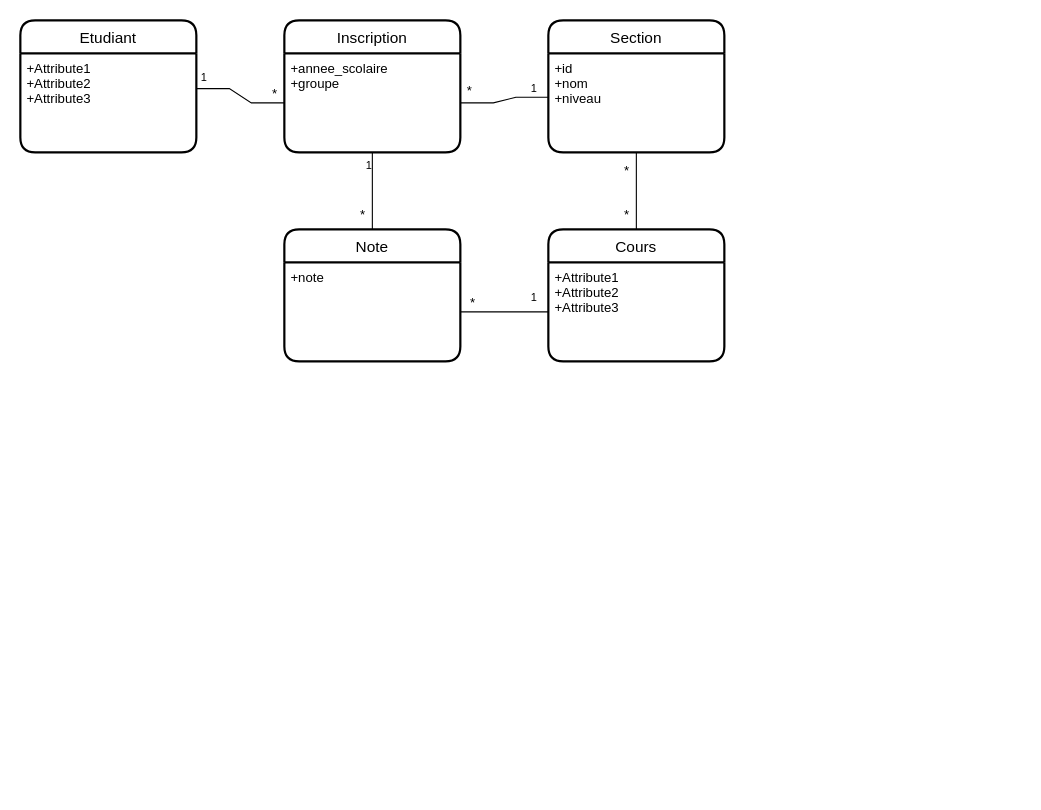
Above: DB_schema.drawio in maha3110/department-management (draw.io), before the change. Source tidied: cells renumbered, new cells numbered last; positions are measured from the earlier drawing's top-left corner, leaving out a move shared by most shapes. Both pictures are drawn from the tidied source at 110%, with x=0, y=0 at pixel (20, 20).
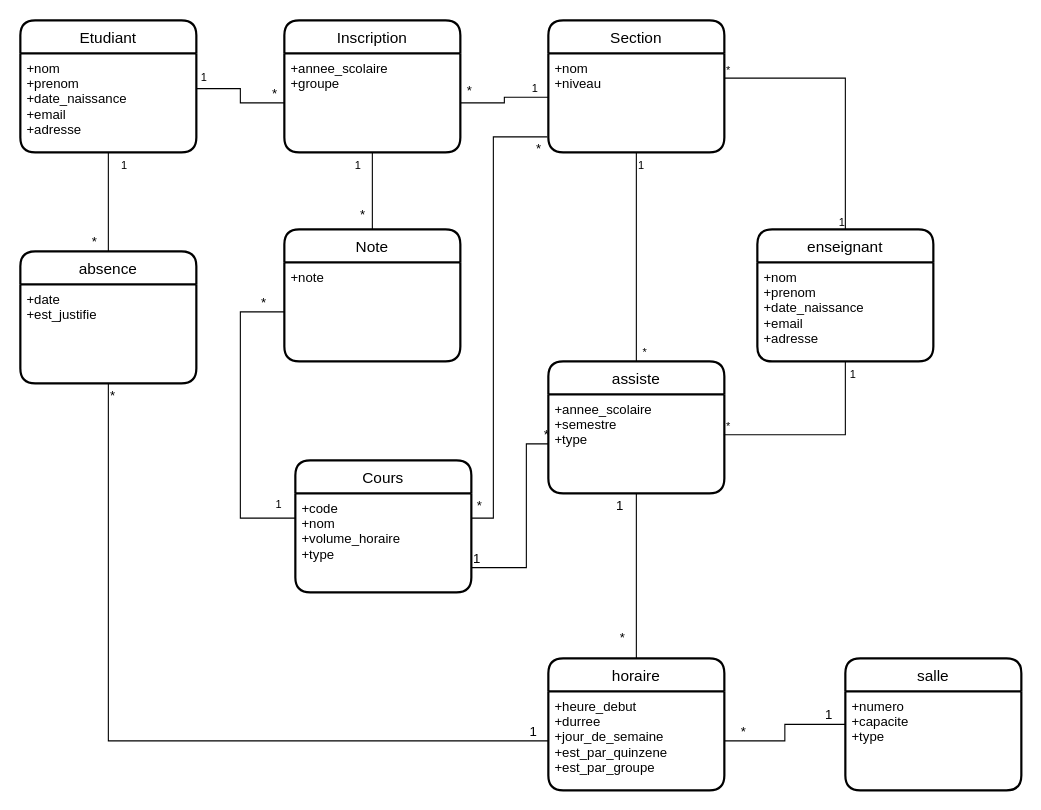
After the change.

Unchanged cells that the change refers to:
```xml
<mxCell id="2" value="Etudiant" style="swimlane;horizontal=1;startSize=30;rounded=1;fontSize=14;fontStyle=0;strokeWidth=2;shadow=0;dashed=0;align=center;" parent="1" vertex="1">
  <mxGeometry width="160" height="120" as="geometry" />
</mxCell>
<mxCell id="4" value="Section" style="swimlane;horizontal=1;startSize=30;rounded=1;fontSize=14;fontStyle=0;strokeWidth=2;shadow=0;dashed=0;align=center;" parent="1" vertex="1">
  <mxGeometry x="480" width="160" height="120" as="geometry" />
</mxCell>
<mxCell id="13" value="+annee_scolaire&#10;+groupe&#10;" style="align=left;strokeColor=none;fillColor=none;spacingLeft=4;fontSize=12;verticalAlign=top;" parent="12" vertex="1">
  <mxGeometry y="30" width="160" height="90" as="geometry" />
</mxCell>
<mxCell id="17" value="+note&#10;" style="align=left;strokeColor=none;fillColor=none;spacingLeft=4;fontSize=12;verticalAlign=top;" parent="16" vertex="1">
  <mxGeometry y="30" width="160" height="90" as="geometry" />
</mxCell>
```

What changed in the source:
```diff
@@
-    <mxCell id="3" value="+Attribute1&#10;+Attribute2&#10;+Attribute3" style="align=left;strokeColor=none;fillColor=none;spacingLeft=4;fontSize=12;verticalAlign=top;" parent="2" vertex="1">
+    <mxCell id="3" value="+nom&#10;+prenom&#10;+date_naissance&#10;+email&#10;+adresse" style="align=left;strokeColor=none;fillColor=none;spacingLeft=4;fontSize=12;verticalAlign=top;" parent="2" vertex="1">
       <mxGeometry y="30" width="160" height="90" as="geometry" />
     </mxCell>
@@
-    <mxCell id="5" value="+id&#10;+nom&#10;+niveau" style="align=left;strokeColor=none;fillColor=none;spacingLeft=4;fontSize=12;verticalAlign=top;" parent="4" vertex="1">
+    <mxCell id="5" value="+nom&#10;+niveau" style="align=left;strokeColor=none;fillColor=none;spacingLeft=4;fontSize=12;verticalAlign=top;" parent="4" vertex="1">
       <mxGeometry y="30" width="160" height="90" as="geometry" />
     </mxCell>
     <mxCell id="6" value="Cours" style="swimlane;horizontal=1;startSize=30;rounded=1;fontSize=14;fontStyle=0;strokeWidth=2;shadow=0;dashed=0;align=center;" parent="1" vertex="1">
-      <mxGeometry x="480" y="190" width="160" height="120" as="geometry" />
+      <mxGeometry x="250" y="400" width="160" height="120" as="geometry" />
     </mxCell>
-    <mxCell id="7" value="+Attribute1&#10;+Attribute2&#10;+Attribute3" style="align=left;strokeColor=none;fillColor=none;spacingLeft=4;fontSize=12;verticalAlign=top;" parent="6" vertex="1">
+    <mxCell id="7" value="+code&#10;+nom&#10;+volume_horaire&#10;+type" style="align=left;strokeColor=none;fillColor=none;spacingLeft=4;fontSize=12;verticalAlign=top;" parent="6" vertex="1">
       <mxGeometry y="30" width="160" height="90" as="geometry" />
     </mxCell>
-    <mxCell id="8" style="endArrow=none;html=1;rounded=0;entryX=1;entryY=0.356;entryDx=0;entryDy=0;entryPerimeter=0;edgeStyle=entityRelationEdgeStyle;exitX=0;exitY=0.5;exitDx=0;exitDy=0;" parent="1" edge="1" source="13" target="3">
+    <mxCell id="8" style="endArrow=none;html=1;rounded=0;entryX=1;entryY=0.356;entryDx=0;entryDy=0;entryPerimeter=0;edgeStyle=elbowEdgeStyle;exitX=0;exitY=0.5;exitDx=0;exitDy=0;" parent="1" edge="1" source="13" target="3">
       <mxGeometry relative="1" as="geometry" />
     </mxCell>
@@
-    <mxCell id="10" style="endArrow=none;html=1;rounded=0;entryX=0.003;entryY=0.444;entryDx=0;entryDy=0;entryPerimeter=0;exitX=1;exitY=0.5;exitDx=0;exitDy=0;edgeStyle=entityRelationEdgeStyle;" parent="1" edge="1" source="13" target="5">
+    <mxCell id="10" style="endArrow=none;html=1;rounded=0;entryX=0.003;entryY=0.444;entryDx=0;entryDy=0;entryPerimeter=0;exitX=1;exitY=0.5;exitDx=0;exitDy=0;edgeStyle=elbowEdgeStyle;" parent="1" edge="1" source="13" target="5">
       <mxGeometry relative="1" as="geometry" />
     </mxCell>
@@
-    <mxCell id="19" style="endArrow=none;html=1;rounded=0;fontSize=12;elbow=vertical;exitX=1;exitY=0.5;exitDx=0;exitDy=0;entryX=0;entryY=0.5;entryDx=0;entryDy=0;" parent="1" edge="1" source="17" target="7">
-      <mxGeometry relative="1" as="geometry" />
-    </mxCell>
-    <mxCell id="20" style="endArrow=none;html=1;rounded=0;fontSize=12;elbow=vertical;exitX=0.5;exitY=1;exitDx=0;exitDy=0;entryX=0.5;entryY=0;entryDx=0;entryDy=0;" parent="1" edge="1" source="5" target="6">
-      <mxGeometry relative="1" as="geometry" />
+    <mxCell id="20" style="endArrow=none;html=1;rounded=0;fontSize=12;exitX=-0.006;exitY=0.844;exitDx=0;exitDy=0;entryX=1;entryY=0.25;entryDx=0;entryDy=0;edgeStyle=elbowEdgeStyle;exitPerimeter=0;" parent="1" edge="1" source="5" target="7">
+      <mxGeometry relative="1" as="geometry">
+        <Array as="points">
+          <mxPoint x="430" y="280" />
+        </Array>
+      </mxGeometry>
     </mxCell>
     <mxCell id="21" value="&lt;font size=&quot;1&quot;&gt;1&lt;/font&gt;" style="html=1;align=right;verticalAlign=bottom;" parent="1" vertex="1">
-      <mxGeometry x="320" y="140" as="geometry" />
+      <mxGeometry x="310" y="140" as="geometry" />
     </mxCell>
-    <mxCell id="22" value="&lt;font size=&quot;1&quot;&gt;1&lt;/font&gt;" style="html=1;align=right;verticalAlign=bottom;" parent="1" vertex="1">
-      <mxGeometry x="470" y="260" as="geometry" />
+    <mxCell id="22" value="&lt;font style=&quot;font-size: 12px;&quot;&gt;*&lt;/font&gt;" style="html=1;align=right;verticalAlign=bottom;" parent="1" vertex="1">
+      <mxGeometry x="420" y="450" as="geometry" />
     </mxCell>
@@
     <mxCell id="24" value="&lt;font style=&quot;font-size: 12px;&quot;&gt;*&lt;/font&gt;" style="html=1;align=right;verticalAlign=bottom;" parent="1" vertex="1">
-      <mxGeometry x="410" y="260" as="geometry">
+      <mxGeometry x="220" y="260" as="geometry">
         <mxPoint x="4" y="5" as="offset" />
       </mxGeometry>
     </mxCell>
     <mxCell id="25" value="&lt;font style=&quot;font-size: 12px;&quot;&gt;*&lt;/font&gt;" style="html=1;align=right;verticalAlign=bottom;" parent="1" vertex="1">
-      <mxGeometry x="550" y="180" as="geometry">
+      <mxGeometry x="470" y="120" as="geometry">
         <mxPoint x="4" y="5" as="offset" />
       </mxGeometry>
     </mxCell>
-    <mxCell id="26" value="&lt;font style=&quot;font-size: 12px;&quot;&gt;*&lt;/font&gt;" style="html=1;align=right;verticalAlign=bottom;" parent="1" vertex="1">
-      <mxGeometry x="550" y="140" as="geometry">
-        <mxPoint x="4" y="5" as="offset" />
-      </mxGeometry>
-    </mxCell>
+    <mxCell id="27" value="salle" style="swimlane;horizontal=1;startSize=30;rounded=1;fontSize=14;fontStyle=0;strokeWidth=2;shadow=0;dashed=0;align=center;" parent="1" vertex="1">
+      <mxGeometry x="750" y="580" width="160" height="120" as="geometry" />
+    </mxCell>
+    <mxCell id="28" value="+numero&#10;+capacite&#10;+type" style="align=left;strokeColor=none;fillColor=none;spacingLeft=4;fontSize=12;verticalAlign=top;" parent="27" vertex="1">
+      <mxGeometry y="30" width="160" height="90" as="geometry" />
+    </mxCell>
+    <mxCell id="29" value="horaire" style="swimlane;horizontal=1;startSize=30;rounded=1;fontSize=14;fontStyle=0;strokeWidth=2;shadow=0;dashed=0;align=center;" parent="1" vertex="1">
+      <mxGeometry x="480" y="580" width="160" height="120" as="geometry" />
+    </mxCell>
+    <mxCell id="30" value="+heure_debut&#10;+durree&#10;+jour_de_semaine&#10;+est_par_quinzene&#10;+est_par_groupe" style="align=left;strokeColor=none;fillColor=none;spacingLeft=4;fontSize=12;verticalAlign=top;" parent="29" vertex="1">
+      <mxGeometry y="30" width="160" height="90" as="geometry" />
+    </mxCell>
+    <mxCell id="31" value="absence" style="swimlane;horizontal=1;startSize=30;rounded=1;fontSize=14;fontStyle=0;strokeWidth=2;shadow=0;dashed=0;align=center;" parent="1" vertex="1">
+      <mxGeometry y="210" width="160" height="120" as="geometry" />
+    </mxCell>
+    <mxCell id="32" value="+date&#10;+est_justifie" style="align=left;strokeColor=none;fillColor=none;spacingLeft=4;fontSize=12;verticalAlign=top;" parent="31" vertex="1">
+      <mxGeometry y="30" width="160" height="90" as="geometry" />
+    </mxCell>
+    <mxCell id="19" style="endArrow=none;html=1;rounded=0;fontSize=12;exitX=0;exitY=0.25;exitDx=0;exitDy=0;entryX=0;entryY=0.5;entryDx=0;entryDy=0;edgeStyle=elbowEdgeStyle;" parent="1" edge="1" source="7" target="17">
+      <mxGeometry relative="1" as="geometry">
+        <Array as="points">
+          <mxPoint x="200" y="350" />
+        </Array>
+      </mxGeometry>
+    </mxCell>
+    <mxCell id="33" value="&lt;font size=&quot;1&quot;&gt;1&lt;/font&gt;" style="html=1;align=right;verticalAlign=bottom;" parent="1" vertex="1">
+      <mxGeometry x="430" y="460" as="geometry">
+        <mxPoint x="-192" y="-12" as="offset" />
+      </mxGeometry>
+    </mxCell>
+    <mxCell id="34" style="endArrow=none;html=1;rounded=0;exitX=1;exitY=0.75;exitDx=0;exitDy=0;entryX=0;entryY=0.5;entryDx=0;entryDy=0;edgeStyle=elbowEdgeStyle;" parent="1" edge="1" source="7" target="55">
+      <mxGeometry relative="1" as="geometry">
+        <Array as="points">
+          <mxPoint x="460" y="450" />
+        </Array>
+      </mxGeometry>
+    </mxCell>
+    <mxCell id="35" value="1" style="html=1;align=left;verticalAlign=bottom;" parent="34" vertex="1">
+      <mxGeometry x="-1" relative="1" as="geometry" />
+    </mxCell>
+    <mxCell id="36" value="*" style="html=1;align=right;verticalAlign=bottom;" parent="34" vertex="1">
+      <mxGeometry x="1" relative="1" as="geometry" />
+    </mxCell>
+    <mxCell id="37" style="endArrow=none;html=1;rounded=0;exitX=0;exitY=0.5;exitDx=0;exitDy=0;edgeStyle=elbowEdgeStyle;entryX=1;entryY=0.5;entryDx=0;entryDy=0;" parent="1" edge="1" source="27" target="30">
+      <mxGeometry relative="1" as="geometry" />
+    </mxCell>
+    <mxCell id="38" value="1" style="html=1;align=left;verticalAlign=bottom;" parent="37" vertex="1">
+      <mxGeometry x="-1" relative="1" as="geometry">
+        <mxPoint x="-20" as="offset" />
+      </mxGeometry>
+    </mxCell>
+    <mxCell id="39" value="*" style="html=1;align=right;verticalAlign=bottom;" parent="37" vertex="1">
+      <mxGeometry x="1" relative="1" as="geometry">
+        <mxPoint x="20" as="offset" />
+      </mxGeometry>
+    </mxCell>
+    <mxCell id="40" style="endArrow=none;html=1;rounded=0;exitX=0.5;exitY=1;exitDx=0;exitDy=0;entryX=0.5;entryY=0;entryDx=0;entryDy=0;" parent="1" edge="1" source="3" target="31">
+      <mxGeometry relative="1" as="geometry" />
+    </mxCell>
+    <mxCell id="41" value="&lt;font style=&quot;font-size: 10px;&quot;&gt;1&lt;/font&gt;" style="html=1;align=left;verticalAlign=bottom;" parent="40" vertex="1">
+      <mxGeometry x="-1" relative="1" as="geometry">
+        <mxPoint x="10" y="20" as="offset" />
+      </mxGeometry>
+    </mxCell>
+    <mxCell id="42" value="*" style="html=1;align=right;verticalAlign=bottom;" parent="40" vertex="1">
+      <mxGeometry x="1" relative="1" as="geometry">
+        <mxPoint x="-10" as="offset" />
+      </mxGeometry>
+    </mxCell>
+    <mxCell id="43" style="endArrow=none;html=1;rounded=0;fontSize=10;exitX=0.5;exitY=1;exitDx=0;exitDy=0;edgeStyle=elbowEdgeStyle;elbow=vertical;entryX=0.5;entryY=0;entryDx=0;entryDy=0;" parent="1" edge="1" source="5" target="54">
+      <mxGeometry relative="1" as="geometry" />
+    </mxCell>
+    <mxCell id="44" value="1" style="html=1;align=left;verticalAlign=bottom;fontSize=10;" parent="43" vertex="1">
+      <mxGeometry x="-1" relative="1" as="geometry">
+        <mxPoint y="20" as="offset" />
+      </mxGeometry>
+    </mxCell>
+    <mxCell id="45" value="*" style="html=1;align=right;verticalAlign=bottom;fontSize=10;" parent="43" vertex="1">
+      <mxGeometry x="1" relative="1" as="geometry">
+        <mxPoint x="10" as="offset" />
+      </mxGeometry>
+    </mxCell>
+    <mxCell id="46" value="enseignant" style="swimlane;horizontal=1;startSize=30;rounded=1;fontSize=14;fontStyle=0;strokeWidth=2;shadow=0;dashed=0;align=center;" parent="1" vertex="1">
+      <mxGeometry x="670" y="190" width="160" height="120" as="geometry" />
+    </mxCell>
+    <mxCell id="47" value="+nom&#10;+prenom&#10;+date_naissance&#10;+email&#10;+adresse" style="align=left;strokeColor=none;fillColor=none;spacingLeft=4;fontSize=12;verticalAlign=top;" parent="46" vertex="1">
+      <mxGeometry y="30" width="160" height="90" as="geometry" />
+    </mxCell>
+    <mxCell id="48" style="endArrow=none;html=1;rounded=0;fontSize=10;edgeStyle=orthogonalEdgeStyle;exitX=1;exitY=0.25;exitDx=0;exitDy=0;entryX=0.5;entryY=0;entryDx=0;entryDy=0;" parent="1" edge="1" source="5" target="46">
+      <mxGeometry relative="1" as="geometry" />
+    </mxCell>
+    <mxCell id="49" value="*" style="html=1;align=left;verticalAlign=bottom;fontSize=10;" parent="48" vertex="1">
+      <mxGeometry x="-1" relative="1" as="geometry" />
+    </mxCell>
+    <mxCell id="50" value="1" style="html=1;align=right;verticalAlign=bottom;fontSize=10;" parent="48" vertex="1">
+      <mxGeometry x="1" relative="1" as="geometry" />
+    </mxCell>
+    <mxCell id="51" style="endArrow=none;html=1;rounded=0;fontSize=10;entryX=0.5;entryY=1;entryDx=0;entryDy=0;edgeStyle=orthogonalEdgeStyle;exitX=0.997;exitY=0.408;exitDx=0;exitDy=0;exitPerimeter=0;" parent="1" edge="1" source="55" target="47">
+      <mxGeometry relative="1" as="geometry" />
+    </mxCell>
+    <mxCell id="52" value="*" style="html=1;align=left;verticalAlign=bottom;fontSize=10;" parent="51" vertex="1">
+      <mxGeometry x="-1" relative="1" as="geometry" />
+    </mxCell>
+    <mxCell id="53" value="1" style="html=1;align=right;verticalAlign=bottom;fontSize=10;" parent="51" vertex="1">
+      <mxGeometry x="1" relative="1" as="geometry">
+        <mxPoint x="10" y="20" as="offset" />
+      </mxGeometry>
+    </mxCell>
+    <mxCell id="54" value="assiste" style="swimlane;horizontal=1;startSize=30;rounded=1;fontSize=14;fontStyle=0;strokeWidth=2;shadow=0;dashed=0;align=center;" parent="1" vertex="1">
+      <mxGeometry x="480" y="310" width="160" height="120" as="geometry" />
+    </mxCell>
+    <mxCell id="55" value="+annee_scolaire&#10;+semestre&#10;+type" style="align=left;strokeColor=none;fillColor=none;spacingLeft=4;fontSize=12;verticalAlign=top;" parent="54" vertex="1">
+      <mxGeometry y="30" width="160" height="90" as="geometry" />
+    </mxCell>
+    <mxCell id="56" style="endArrow=none;html=1;rounded=0;entryX=0.5;entryY=0;entryDx=0;entryDy=0;exitX=0.5;exitY=1;exitDx=0;exitDy=0;edgeStyle=elbowEdgeStyle;elbow=vertical;" parent="1" edge="1" source="55" target="29">
+      <mxGeometry relative="1" as="geometry" />
+    </mxCell>
+    <mxCell id="57" value="1" style="html=1;align=left;verticalAlign=bottom;" parent="56" vertex="1">
+      <mxGeometry x="-1" relative="1" as="geometry">
+        <mxPoint x="-20" y="20" as="offset" />
+      </mxGeometry>
+    </mxCell>
+    <mxCell id="58" value="*" style="html=1;align=right;verticalAlign=bottom;" parent="56" vertex="1">
+      <mxGeometry x="1" relative="1" as="geometry">
+        <mxPoint x="-10" y="-10" as="offset" />
+      </mxGeometry>
+    </mxCell>
+    <mxCell id="59" style="endArrow=none;html=1;rounded=0;elbow=vertical;entryX=0;entryY=0.5;entryDx=0;entryDy=0;edgeStyle=orthogonalEdgeStyle;exitX=0.5;exitY=1;exitDx=0;exitDy=0;" parent="1" edge="1" source="32" target="30">
+      <mxGeometry relative="1" as="geometry" />
+    </mxCell>
+    <mxCell id="60" value="*" style="html=1;align=left;verticalAlign=bottom;" parent="59" vertex="1">
+      <mxGeometry x="-1" relative="1" as="geometry">
+        <mxPoint y="20" as="offset" />
+      </mxGeometry>
+    </mxCell>
+    <mxCell id="61" value="1" style="html=1;align=right;verticalAlign=bottom;" parent="59" vertex="1">
+      <mxGeometry x="1" relative="1" as="geometry">
+        <mxPoint x="-10" as="offset" />
+      </mxGeometry>
+    </mxCell>
```
